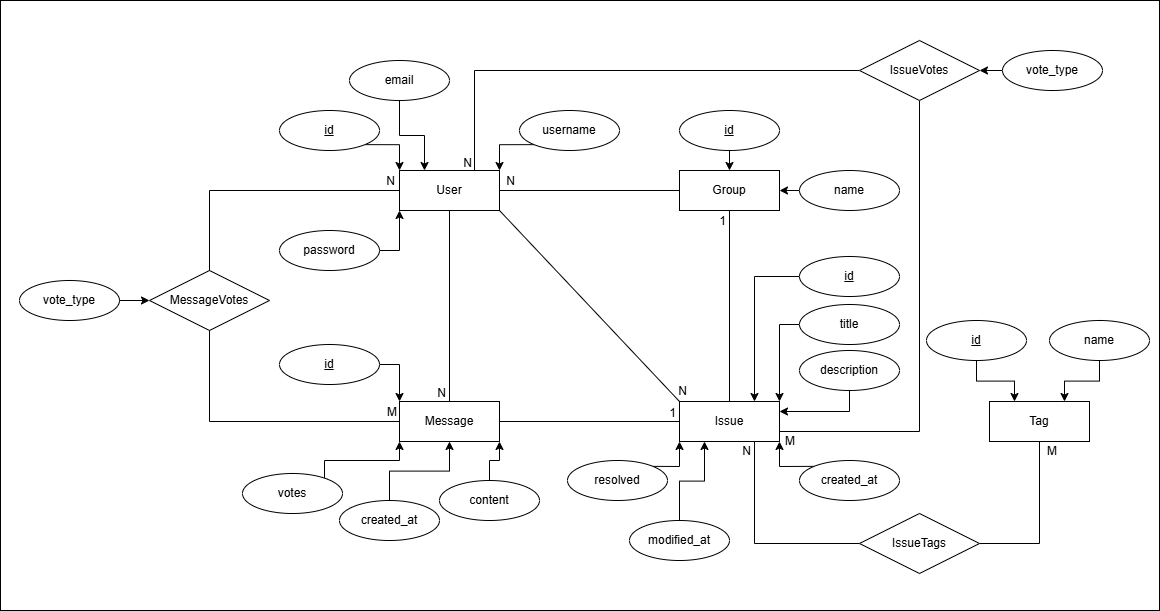
Above: database_structure/dudasETSIT.png in mario11gd/dudasETSIT (draw.io), before the change. Source tidied: cells renumbered, new cells last; positions are measured from the earlier drawing's top-left corner, leaving out a move shared by most shapes. Source of this version:
```xml
<mxGraphModel>
  <root>
    <mxCell id="0" />
    <mxCell id="1" parent="0" />
    <mxCell id="2" style="rounded=0;whiteSpace=wrap;html=1;fillColor=default;" parent="1" vertex="1">
      <mxGeometry width="1159" height="610" as="geometry" />
    </mxCell>
    <mxCell id="3" style="edgeStyle=orthogonalEdgeStyle;rounded=0;jettySize=auto;html=1;exitX=0.75;exitY=0;exitDx=0;exitDy=0;entryX=0;entryY=0.5;entryDx=0;entryDy=0;endArrow=none;startFill=0;" parent="1" edge="1" source="4" target="58">
      <mxGeometry relative="1" as="geometry" />
    </mxCell>
    <mxCell id="4" value="User" style="whiteSpace=wrap;html=1;align=center;" parent="1" vertex="1">
      <mxGeometry x="399" y="170" width="100" height="40" as="geometry" />
    </mxCell>
    <mxCell id="5" style="edgeStyle=orthogonalEdgeStyle;rounded=0;jettySize=auto;html=1;exitX=1;exitY=0.5;exitDx=0;exitDy=0;entryX=0;entryY=1;entryDx=0;entryDy=0;" parent="1" edge="1" source="6" target="4">
      <mxGeometry relative="1" as="geometry" />
    </mxCell>
    <mxCell id="6" value="password" style="ellipse;whiteSpace=wrap;html=1;align=center;" parent="1" vertex="1">
      <mxGeometry x="279" y="230" width="100" height="40" as="geometry" />
    </mxCell>
    <mxCell id="7" style="edgeStyle=orthogonalEdgeStyle;rounded=0;jettySize=auto;html=1;exitX=1;exitY=1;exitDx=0;exitDy=0;entryX=0;entryY=0;entryDx=0;entryDy=0;" parent="1" edge="1" source="8" target="4">
      <mxGeometry relative="1" as="geometry" />
    </mxCell>
    <mxCell id="8" value="id" style="ellipse;whiteSpace=wrap;html=1;align=center;fontStyle=4;" parent="1" vertex="1">
      <mxGeometry x="279" y="110" width="100" height="40" as="geometry" />
    </mxCell>
    <mxCell id="9" style="edgeStyle=orthogonalEdgeStyle;rounded=0;jettySize=auto;html=1;exitX=0;exitY=1;exitDx=0;exitDy=0;entryX=1;entryY=0;entryDx=0;entryDy=0;" parent="1" edge="1" source="10" target="4">
      <mxGeometry relative="1" as="geometry" />
    </mxCell>
    <mxCell id="10" value="username" style="ellipse;whiteSpace=wrap;html=1;align=center;" parent="1" vertex="1">
      <mxGeometry x="519" y="110" width="100" height="40" as="geometry" />
    </mxCell>
    <mxCell id="11" style="edgeStyle=orthogonalEdgeStyle;rounded=0;jettySize=auto;html=1;exitX=0.5;exitY=1;exitDx=0;exitDy=0;entryX=0.25;entryY=0;entryDx=0;entryDy=0;" parent="1" edge="1" source="12" target="4">
      <mxGeometry relative="1" as="geometry" />
    </mxCell>
    <mxCell id="12" value="email" style="ellipse;whiteSpace=wrap;html=1;align=center;" parent="1" vertex="1">
      <mxGeometry x="349" y="60" width="100" height="40" as="geometry" />
    </mxCell>
    <mxCell id="13" style="endArrow=none;html=1;rounded=0;exitX=1;exitY=0.5;exitDx=0;exitDy=0;" parent="1" edge="1" source="4">
      <mxGeometry relative="1" as="geometry">
        <mxPoint x="679" y="190" as="targetPoint" />
      </mxGeometry>
    </mxCell>
    <mxCell id="14" value="N" style="html=1;whiteSpace=wrap;align=right;verticalAlign=bottom;" parent="13" vertex="1">
      <mxGeometry x="1" relative="1" as="geometry">
        <mxPoint x="-164" y="-2" as="offset" />
      </mxGeometry>
    </mxCell>
    <mxCell id="15" value="Group" style="whiteSpace=wrap;html=1;align=center;" parent="1" vertex="1">
      <mxGeometry x="679" y="170" width="100" height="40" as="geometry" />
    </mxCell>
    <mxCell id="16" style="edgeStyle=orthogonalEdgeStyle;rounded=0;jettySize=auto;html=1;exitX=0.5;exitY=1;exitDx=0;exitDy=0;entryX=0.5;entryY=0;entryDx=0;entryDy=0;" parent="1" edge="1" source="17" target="15">
      <mxGeometry relative="1" as="geometry" />
    </mxCell>
    <mxCell id="17" value="id" style="ellipse;whiteSpace=wrap;html=1;align=center;fontStyle=4;" parent="1" vertex="1">
      <mxGeometry x="679" y="110" width="100" height="40" as="geometry" />
    </mxCell>
    <mxCell id="18" style="edgeStyle=orthogonalEdgeStyle;rounded=0;jettySize=auto;html=1;exitX=0;exitY=0.5;exitDx=0;exitDy=0;entryX=1;entryY=0.5;entryDx=0;entryDy=0;" parent="1" edge="1" source="19" target="15">
      <mxGeometry relative="1" as="geometry" />
    </mxCell>
    <mxCell id="19" value="name" style="ellipse;whiteSpace=wrap;html=1;align=center;" parent="1" vertex="1">
      <mxGeometry x="799" y="170" width="100" height="40" as="geometry" />
    </mxCell>
    <mxCell id="20" value="Issue" style="whiteSpace=wrap;html=1;align=center;" parent="1" vertex="1">
      <mxGeometry x="679" y="401" width="100" height="40" as="geometry" />
    </mxCell>
    <mxCell id="21" style="endArrow=none;html=1;rounded=0;exitX=0.5;exitY=0;exitDx=0;exitDy=0;entryX=0.5;entryY=1;entryDx=0;entryDy=0;" parent="1" edge="1" source="20" target="15">
      <mxGeometry relative="1" as="geometry" />
    </mxCell>
    <mxCell id="22" value="1" style="html=1;whiteSpace=wrap;align=right;verticalAlign=bottom;" parent="21" vertex="1">
      <mxGeometry x="1" relative="1" as="geometry">
        <mxPoint x="-3" y="19" as="offset" />
      </mxGeometry>
    </mxCell>
    <mxCell id="23" style="edgeStyle=orthogonalEdgeStyle;rounded=0;jettySize=auto;html=1;exitX=0;exitY=0.5;exitDx=0;exitDy=0;entryX=0.75;entryY=0;entryDx=0;entryDy=0;" parent="1" edge="1" source="24" target="20">
      <mxGeometry relative="1" as="geometry" />
    </mxCell>
    <mxCell id="24" value="id" style="ellipse;whiteSpace=wrap;html=1;align=center;fontStyle=4;" parent="1" vertex="1">
      <mxGeometry x="799" y="256" width="100" height="40" as="geometry" />
    </mxCell>
    <mxCell id="25" style="edgeStyle=orthogonalEdgeStyle;rounded=0;jettySize=auto;html=1;exitX=0;exitY=0.5;exitDx=0;exitDy=0;entryX=1;entryY=0;entryDx=0;entryDy=0;" parent="1" edge="1" source="26" target="20">
      <mxGeometry relative="1" as="geometry" />
    </mxCell>
    <mxCell id="26" value="title" style="ellipse;whiteSpace=wrap;html=1;align=center;" parent="1" vertex="1">
      <mxGeometry x="799" y="304" width="100" height="40" as="geometry" />
    </mxCell>
    <mxCell id="27" style="edgeStyle=orthogonalEdgeStyle;rounded=0;jettySize=auto;html=1;exitX=0;exitY=0;exitDx=0;exitDy=0;entryX=1;entryY=1;entryDx=0;entryDy=0;" parent="1" edge="1" source="28" target="20">
      <mxGeometry relative="1" as="geometry" />
    </mxCell>
    <mxCell id="28" value="created_at" style="ellipse;whiteSpace=wrap;html=1;align=center;" parent="1" vertex="1">
      <mxGeometry x="799" y="460" width="100" height="40" as="geometry" />
    </mxCell>
    <mxCell id="29" style="edgeStyle=orthogonalEdgeStyle;rounded=0;jettySize=auto;html=1;exitX=0.5;exitY=1;exitDx=0;exitDy=0;entryX=1;entryY=0.25;entryDx=0;entryDy=0;" parent="1" edge="1" source="30" target="20">
      <mxGeometry relative="1" as="geometry" />
    </mxCell>
    <mxCell id="30" value="description" style="ellipse;whiteSpace=wrap;html=1;align=center;" parent="1" vertex="1">
      <mxGeometry x="799" y="350" width="100" height="40" as="geometry" />
    </mxCell>
    <mxCell id="31" style="edgeStyle=orthogonalEdgeStyle;rounded=0;jettySize=auto;html=1;exitX=1;exitY=0;exitDx=0;exitDy=0;entryX=0;entryY=1;entryDx=0;entryDy=0;" parent="1" edge="1" source="32" target="20">
      <mxGeometry relative="1" as="geometry" />
    </mxCell>
    <mxCell id="32" value="resolved" style="ellipse;whiteSpace=wrap;html=1;align=center;" parent="1" vertex="1">
      <mxGeometry x="567" y="460" width="100" height="40" as="geometry" />
    </mxCell>
    <mxCell id="33" style="edgeStyle=orthogonalEdgeStyle;rounded=0;jettySize=auto;html=1;exitX=0.5;exitY=0;exitDx=0;exitDy=0;entryX=0.25;entryY=1;entryDx=0;entryDy=0;" parent="1" edge="1" source="34" target="20">
      <mxGeometry relative="1" as="geometry" />
    </mxCell>
    <mxCell id="34" value="modified_at" style="ellipse;whiteSpace=wrap;html=1;align=center;" parent="1" vertex="1">
      <mxGeometry x="629" y="520" width="100" height="40" as="geometry" />
    </mxCell>
    <mxCell id="35" style="endArrow=none;html=1;rounded=0;exitX=1;exitY=1;exitDx=0;exitDy=0;entryX=0;entryY=0;entryDx=0;entryDy=0;" parent="1" edge="1" source="4" target="20">
      <mxGeometry relative="1" as="geometry" />
    </mxCell>
    <mxCell id="36" value="N" style="html=1;whiteSpace=wrap;align=right;verticalAlign=bottom;" parent="35" vertex="1">
      <mxGeometry x="1" relative="1" as="geometry">
        <mxPoint x="8" y="-3" as="offset" />
      </mxGeometry>
    </mxCell>
    <mxCell id="37" value="Message" style="whiteSpace=wrap;html=1;align=center;" parent="1" vertex="1">
      <mxGeometry x="399" y="401" width="100" height="40" as="geometry" />
    </mxCell>
    <mxCell id="38" style="endArrow=none;html=1;rounded=0;exitX=0.5;exitY=1;exitDx=0;exitDy=0;entryX=0.5;entryY=0;entryDx=0;entryDy=0;" parent="1" edge="1" source="4" target="37">
      <mxGeometry relative="1" as="geometry" />
    </mxCell>
    <mxCell id="39" value="N" style="html=1;whiteSpace=wrap;align=right;verticalAlign=bottom;" parent="38" vertex="1">
      <mxGeometry x="1" relative="1" as="geometry">
        <mxPoint x="-3" y="-2" as="offset" />
      </mxGeometry>
    </mxCell>
    <mxCell id="40" style="endArrow=none;html=1;rounded=0;exitX=1;exitY=0.5;exitDx=0;exitDy=0;entryX=0;entryY=0.5;entryDx=0;entryDy=0;" parent="1" edge="1" source="37" target="20">
      <mxGeometry relative="1" as="geometry" />
    </mxCell>
    <mxCell id="41" value="1" style="html=1;whiteSpace=wrap;align=right;verticalAlign=bottom;" parent="40" vertex="1">
      <mxGeometry x="1" relative="1" as="geometry">
        <mxPoint x="-3" y="-1" as="offset" />
      </mxGeometry>
    </mxCell>
    <mxCell id="42" style="edgeStyle=orthogonalEdgeStyle;rounded=0;jettySize=auto;html=1;exitX=1;exitY=0.5;exitDx=0;exitDy=0;entryX=0;entryY=0;entryDx=0;entryDy=0;" parent="1" edge="1" source="43" target="37">
      <mxGeometry relative="1" as="geometry" />
    </mxCell>
    <mxCell id="43" value="id" style="ellipse;whiteSpace=wrap;html=1;align=center;fontStyle=4;" parent="1" vertex="1">
      <mxGeometry x="279" y="344" width="100" height="40" as="geometry" />
    </mxCell>
    <mxCell id="44" style="edgeStyle=orthogonalEdgeStyle;rounded=0;jettySize=auto;html=1;exitX=0.5;exitY=0;exitDx=0;exitDy=0;entryX=1;entryY=1;entryDx=0;entryDy=0;" parent="1" edge="1" source="45" target="37">
      <mxGeometry relative="1" as="geometry" />
    </mxCell>
    <mxCell id="45" value="content" style="ellipse;whiteSpace=wrap;html=1;align=center;" parent="1" vertex="1">
      <mxGeometry x="439" y="480" width="100" height="40" as="geometry" />
    </mxCell>
    <mxCell id="46" style="edgeStyle=orthogonalEdgeStyle;rounded=0;jettySize=auto;html=1;exitX=1;exitY=0;exitDx=0;exitDy=0;entryX=0;entryY=1;entryDx=0;entryDy=0;" parent="1" edge="1" source="47" target="37">
      <mxGeometry relative="1" as="geometry">
        <Array as="points">
          <mxPoint x="324" y="460" />
          <mxPoint x="399" y="460" />
        </Array>
      </mxGeometry>
    </mxCell>
    <mxCell id="47" value="votes" style="ellipse;whiteSpace=wrap;html=1;align=center;" parent="1" vertex="1">
      <mxGeometry x="242" y="473" width="100" height="40" as="geometry" />
    </mxCell>
    <mxCell id="48" style="edgeStyle=orthogonalEdgeStyle;rounded=0;jettySize=auto;html=1;exitX=0.5;exitY=0;exitDx=0;exitDy=0;entryX=0.5;entryY=1;entryDx=0;entryDy=0;" parent="1" edge="1" source="49" target="37">
      <mxGeometry relative="1" as="geometry" />
    </mxCell>
    <mxCell id="49" value="created_at" style="ellipse;whiteSpace=wrap;html=1;align=center;" parent="1" vertex="1">
      <mxGeometry x="339" y="500" width="100" height="40" as="geometry" />
    </mxCell>
    <mxCell id="50" value="MessageVotes" style="shape=rhombus;perimeter=rhombusPerimeter;whiteSpace=wrap;html=1;align=center;" parent="1" vertex="1">
      <mxGeometry x="149" y="270" width="120" height="60" as="geometry" />
    </mxCell>
    <mxCell id="51" style="endArrow=none;html=1;rounded=0;exitX=0.5;exitY=0;exitDx=0;exitDy=0;entryX=0;entryY=0.5;entryDx=0;entryDy=0;edgeStyle=orthogonalEdgeStyle;" parent="1" edge="1" source="50" target="4">
      <mxGeometry relative="1" as="geometry" />
    </mxCell>
    <mxCell id="52" value="N" style="html=1;whiteSpace=wrap;align=right;verticalAlign=bottom;" parent="51" vertex="1">
      <mxGeometry x="1" relative="1" as="geometry">
        <mxPoint x="-4" y="-2" as="offset" />
      </mxGeometry>
    </mxCell>
    <mxCell id="53" style="endArrow=none;html=1;rounded=0;exitX=0.5;exitY=1;exitDx=0;exitDy=0;entryX=0;entryY=0.5;entryDx=0;entryDy=0;edgeStyle=orthogonalEdgeStyle;" parent="1" edge="1" source="50" target="37">
      <mxGeometry relative="1" as="geometry" />
    </mxCell>
    <mxCell id="54" value="M" style="html=1;whiteSpace=wrap;align=right;verticalAlign=bottom;" parent="53" vertex="1">
      <mxGeometry x="1" relative="1" as="geometry">
        <mxPoint x="-3" y="-2" as="offset" />
      </mxGeometry>
    </mxCell>
    <mxCell id="55" style="edgeStyle=orthogonalEdgeStyle;rounded=0;jettySize=auto;html=1;exitX=1;exitY=0.5;exitDx=0;exitDy=0;entryX=0;entryY=0.5;entryDx=0;entryDy=0;" parent="1" edge="1" source="56" target="50">
      <mxGeometry relative="1" as="geometry" />
    </mxCell>
    <mxCell id="56" value="vote_type" style="ellipse;whiteSpace=wrap;html=1;align=center;" parent="1" vertex="1">
      <mxGeometry x="19" y="280" width="100" height="40" as="geometry" />
    </mxCell>
    <mxCell id="57" style="edgeStyle=orthogonalEdgeStyle;rounded=0;jettySize=auto;html=1;exitX=0.5;exitY=1;exitDx=0;exitDy=0;entryX=1;entryY=0.75;entryDx=0;entryDy=0;endArrow=none;startFill=0;" parent="1" edge="1" source="58" target="20">
      <mxGeometry relative="1" as="geometry" />
    </mxCell>
    <mxCell id="58" value="IssueVotes" style="shape=rhombus;perimeter=rhombusPerimeter;whiteSpace=wrap;html=1;align=center;" parent="1" vertex="1">
      <mxGeometry x="859" y="40" width="120" height="60" as="geometry" />
    </mxCell>
    <mxCell id="59" value="N" style="html=1;whiteSpace=wrap;align=right;verticalAlign=bottom;" parent="1" vertex="1">
      <mxGeometry x="472" y="170" as="geometry" />
    </mxCell>
    <mxCell id="60" value="M" style="html=1;whiteSpace=wrap;align=right;verticalAlign=bottom;" parent="1" vertex="1">
      <mxGeometry x="764" y="439" as="geometry">
        <mxPoint x="31" y="9" as="offset" />
      </mxGeometry>
    </mxCell>
    <mxCell id="61" style="edgeStyle=orthogonalEdgeStyle;rounded=0;jettySize=auto;html=1;exitX=0;exitY=0.5;exitDx=0;exitDy=0;entryX=1;entryY=0.5;entryDx=0;entryDy=0;" parent="1" edge="1" source="62" target="58">
      <mxGeometry relative="1" as="geometry" />
    </mxCell>
    <mxCell id="62" value="vote_type" style="ellipse;whiteSpace=wrap;html=1;align=center;" parent="1" vertex="1">
      <mxGeometry x="1002" y="50" width="100" height="40" as="geometry" />
    </mxCell>
    <mxCell id="63" value="Tag" style="whiteSpace=wrap;html=1;align=center;" parent="1" vertex="1">
      <mxGeometry x="989" y="401" width="100" height="40" as="geometry" />
    </mxCell>
    <mxCell id="64" style="edgeStyle=orthogonalEdgeStyle;rounded=0;jettySize=auto;html=1;exitX=0.5;exitY=1;exitDx=0;exitDy=0;entryX=0.25;entryY=0;entryDx=0;entryDy=0;" parent="1" edge="1" source="65" target="63">
      <mxGeometry relative="1" as="geometry" />
    </mxCell>
    <mxCell id="65" value="id" style="ellipse;whiteSpace=wrap;html=1;align=center;fontStyle=4;" parent="1" vertex="1">
      <mxGeometry x="926" y="320" width="100" height="40" as="geometry" />
    </mxCell>
    <mxCell id="66" style="edgeStyle=orthogonalEdgeStyle;rounded=0;jettySize=auto;html=1;exitX=0.5;exitY=1;exitDx=0;exitDy=0;entryX=0.75;entryY=0;entryDx=0;entryDy=0;" parent="1" edge="1" source="67" target="63">
      <mxGeometry relative="1" as="geometry" />
    </mxCell>
    <mxCell id="67" value="name" style="ellipse;whiteSpace=wrap;html=1;align=center;" parent="1" vertex="1">
      <mxGeometry x="1049" y="320" width="100" height="40" as="geometry" />
    </mxCell>
    <mxCell id="68" style="edgeStyle=orthogonalEdgeStyle;rounded=0;jettySize=auto;html=1;exitX=0;exitY=0.5;exitDx=0;exitDy=0;entryX=0.75;entryY=1;entryDx=0;entryDy=0;endArrow=none;startFill=0;" parent="1" edge="1" source="70" target="20">
      <mxGeometry relative="1" as="geometry" />
    </mxCell>
    <mxCell id="69" style="edgeStyle=orthogonalEdgeStyle;rounded=0;jettySize=auto;html=1;exitX=1;exitY=0.5;exitDx=0;exitDy=0;entryX=0.5;entryY=1;entryDx=0;entryDy=0;endArrow=none;startFill=0;" parent="1" edge="1" source="70" target="63">
      <mxGeometry relative="1" as="geometry" />
    </mxCell>
    <mxCell id="70" value="IssueTags" style="shape=rhombus;perimeter=rhombusPerimeter;whiteSpace=wrap;html=1;align=center;" parent="1" vertex="1">
      <mxGeometry x="859" y="513" width="120" height="60" as="geometry" />
    </mxCell>
    <mxCell id="71" value="M" style="html=1;whiteSpace=wrap;align=right;verticalAlign=bottom;" parent="1" vertex="1">
      <mxGeometry x="1026" y="449" as="geometry">
        <mxPoint x="31" y="9" as="offset" />
      </mxGeometry>
    </mxCell>
    <mxCell id="72" value="N" style="html=1;whiteSpace=wrap;align=right;verticalAlign=bottom;" parent="1" vertex="1">
      <mxGeometry x="750.7" y="457.7" as="geometry" />
    </mxCell>
  </root>
</mxGraphModel>
```
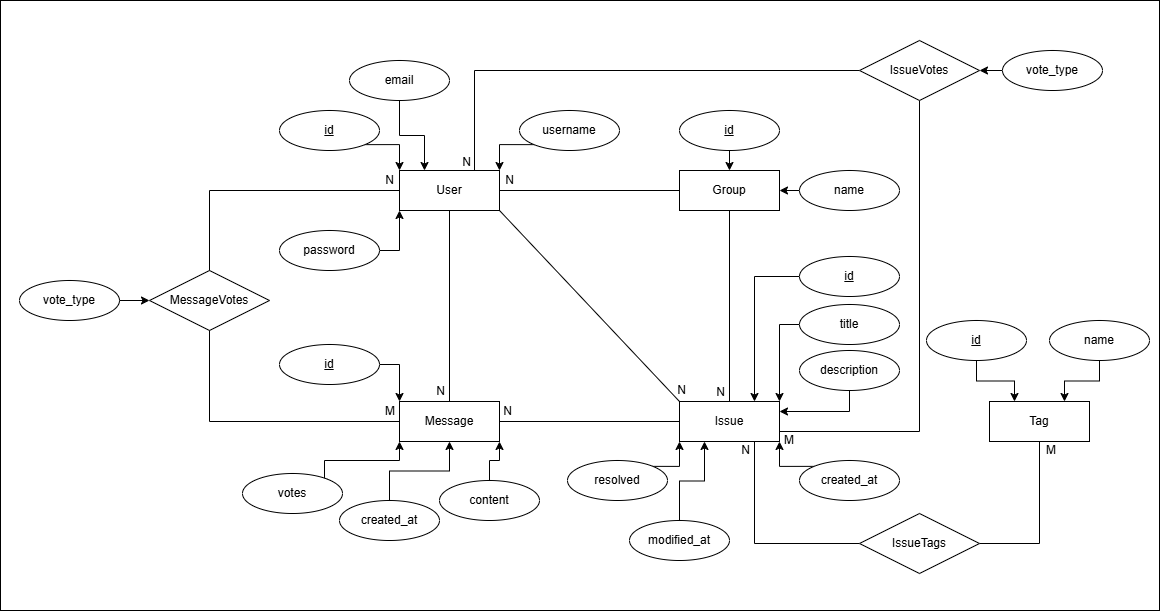
The same diagram one commit later.

The edit, as a diff of the source:
```diff
@@ -66,11 +66,6 @@
     <mxCell id="21" style="endArrow=none;html=1;rounded=0;exitX=0.5;exitY=0;exitDx=0;exitDy=0;entryX=0.5;entryY=1;entryDx=0;entryDy=0;" parent="1" edge="1" source="20" target="15">
       <mxGeometry relative="1" as="geometry" />
     </mxCell>
-    <mxCell id="22" value="1" style="html=1;whiteSpace=wrap;align=right;verticalAlign=bottom;" parent="21" vertex="1">
-      <mxGeometry x="1" relative="1" as="geometry">
-        <mxPoint x="-3" y="19" as="offset" />
-      </mxGeometry>
-    </mxCell>
     <mxCell id="23" style="edgeStyle=orthogonalEdgeStyle;rounded=0;jettySize=auto;html=1;exitX=0;exitY=0.5;exitDx=0;exitDy=0;entryX=0.75;entryY=0;entryDx=0;entryDy=0;" parent="1" edge="1" source="24" target="20">
       <mxGeometry relative="1" as="geometry" />
     </mxCell>
@@ -129,11 +124,6 @@
     <mxCell id="40" style="endArrow=none;html=1;rounded=0;exitX=1;exitY=0.5;exitDx=0;exitDy=0;entryX=0;entryY=0.5;entryDx=0;entryDy=0;" parent="1" edge="1" source="37" target="20">
       <mxGeometry relative="1" as="geometry" />
     </mxCell>
-    <mxCell id="41" value="1" style="html=1;whiteSpace=wrap;align=right;verticalAlign=bottom;" parent="40" vertex="1">
-      <mxGeometry x="1" relative="1" as="geometry">
-        <mxPoint x="-3" y="-1" as="offset" />
-      </mxGeometry>
-    </mxCell>
     <mxCell id="42" style="edgeStyle=orthogonalEdgeStyle;rounded=0;jettySize=auto;html=1;exitX=1;exitY=0.5;exitDx=0;exitDy=0;entryX=0;entryY=0;entryDx=0;entryDy=0;" parent="1" edge="1" source="43" target="37">
       <mxGeometry relative="1" as="geometry" />
     </mxCell>
@@ -240,5 +230,11 @@
     <mxCell id="72" value="N" style="html=1;whiteSpace=wrap;align=right;verticalAlign=bottom;" parent="1" vertex="1">
       <mxGeometry x="750.7" y="457.7" as="geometry" />
     </mxCell>
+    <mxCell id="73" value="N" style="html=1;whiteSpace=wrap;align=right;verticalAlign=bottom;" parent="1" vertex="1">
+      <mxGeometry x="725.7" y="399.7" as="geometry" />
+    </mxCell>
+    <mxCell id="74" value="N" style="html=1;whiteSpace=wrap;align=right;verticalAlign=bottom;" parent="1" vertex="1">
+      <mxGeometry x="513" y="419" as="geometry" />
+    </mxCell>
   </root>
 </mxGraphModel>
```
